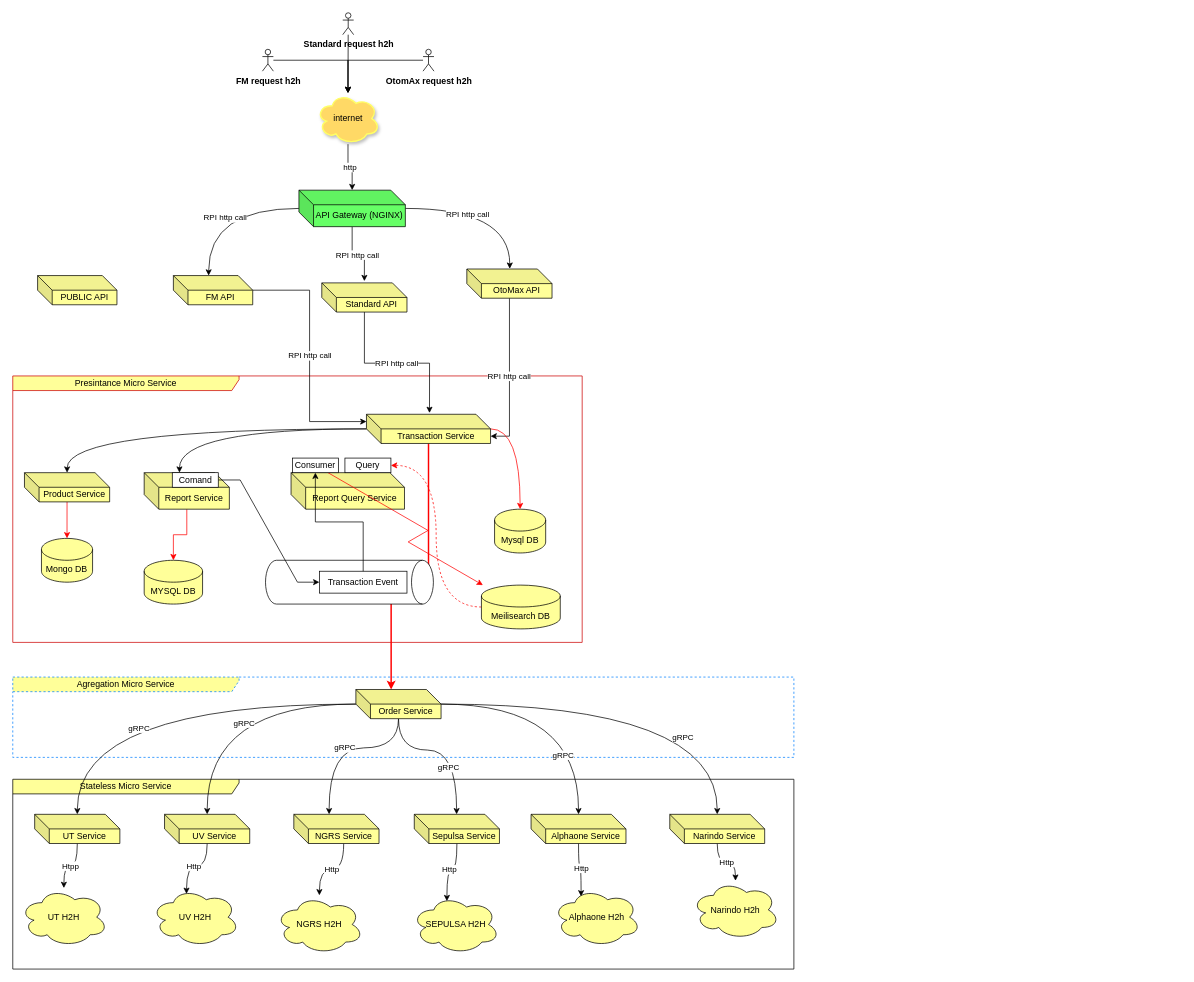
Before: page "architecture" (2 of 2) of Untitled Diagram.drawio in jrpikong/wordcalculator, a draw.io diagram. Source tidied: cells renumbered, new cells numbered last; positions are measured from the earlier drawing's top-left corner, leaving out a move shared by most shapes. Both pictures are drawn from the tidied source at 73%, with x=0, y=0 at pixel (12, 12).
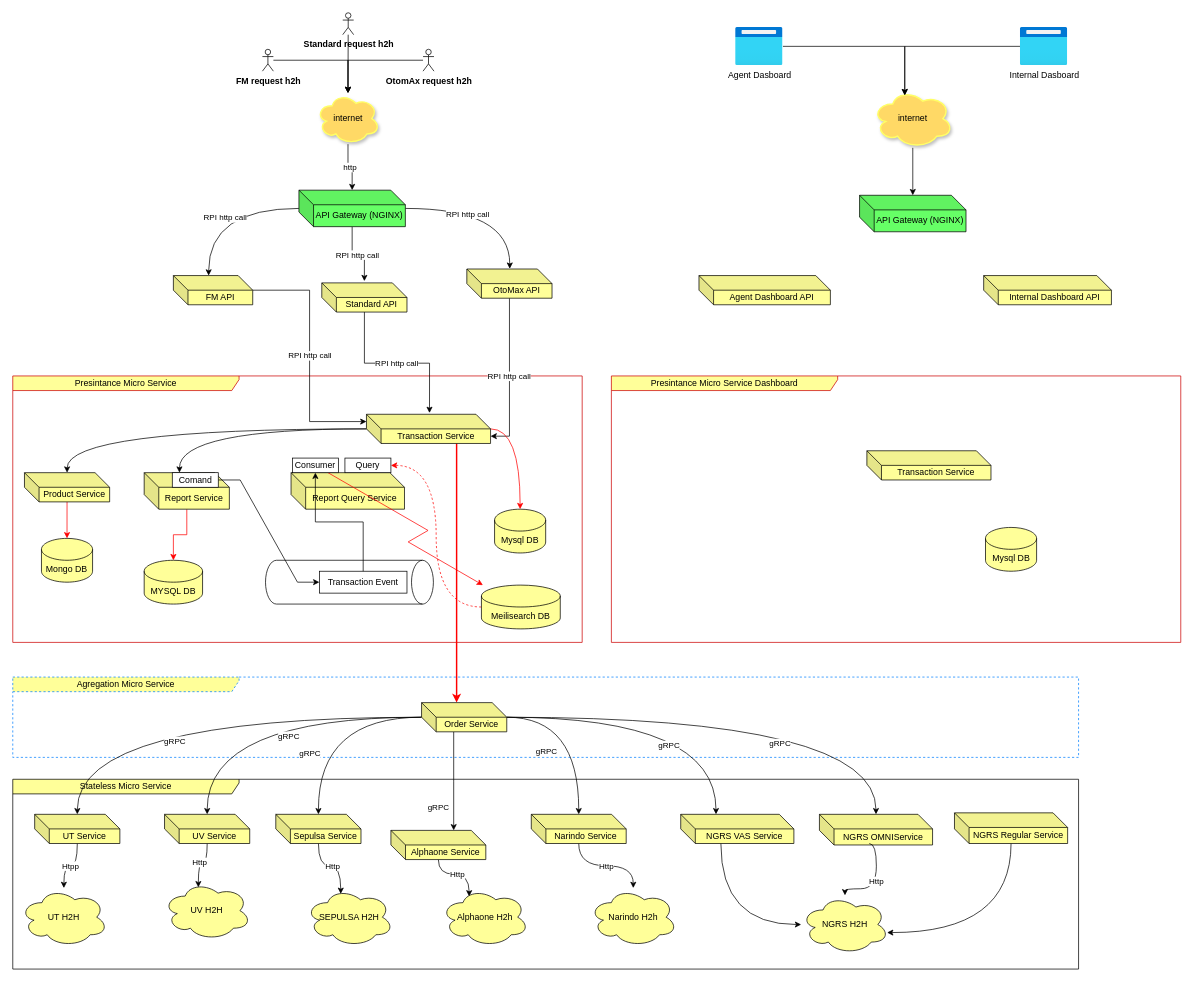
The same diagram, later.

The change refers to these unchanged cells:
```xml
<mxCell id="29" value="Transaction Service" style="shape=cube;whiteSpace=wrap;html=1;boundedLbl=1;backgroundOutline=1;darkOpacity=0.05;darkOpacity2=0.1;fillColor=#FFFF99;" parent="1" vertex="1">
  <mxGeometry x="484.5" y="550" width="170" height="40" as="geometry" />
</mxCell>
```

Change to the diagram source:
```diff
@@
     <mxCell id="3" value="Stateless Micro Service" style="shape=umlFrame;whiteSpace=wrap;html=1;fillColor=#FFFF99;width=310;height=20;" parent="1" vertex="1">
-      <mxGeometry y="1050" width="1070" height="260" as="geometry" />
+      <mxGeometry y="1050" width="1460" height="260" as="geometry" />
     </mxCell>
     <mxCell id="4" value="Agregation Micro Service" style="shape=umlFrame;whiteSpace=wrap;html=1;fillColor=#FFFF99;width=310;height=20;strokeColor=#007FFF;dashed=1;" parent="1" vertex="1">
-      <mxGeometry y="910" width="1070" height="110" as="geometry" />
+      <mxGeometry y="910" width="1460" height="110" as="geometry" />
     </mxCell>
@@
-    <mxCell id="28" style="edgeStyle=orthogonalEdgeStyle;rounded=0;jettySize=auto;html=1;entryX=0;entryY=0;entryDx=48.33;entryDy=0;entryPerimeter=0;strokeColor=#FF0000;fillColor=#FF9999;strokeWidth=2;" parent="1" edge="1" source="29" target="43">
+    <mxCell id="28" style="rounded=0;jettySize=auto;html=1;entryX=0;entryY=0;entryDx=48.33;entryDy=0;entryPerimeter=0;strokeColor=#FF0000;fillColor=#FF9999;strokeWidth=2;edgeStyle=elbowEdgeStyle;" parent="1" edge="1" source="29" target="43">
       <mxGeometry relative="1" as="geometry" />
     </mxCell>
@@
-    <mxCell id="36" value="gRPC" style="edgeStyle=orthogonalEdgeStyle;curved=1;rounded=0;jettySize=auto;html=1;entryX=0;entryY=0;entryDx=48.33;entryDy=0;entryPerimeter=0;" parent="1" edge="1" source="43" target="45">
-      <mxGeometry relative="1" as="geometry">
-        <Array as="points">
-          <mxPoint x="528" y="1007" />
-          <mxPoint x="433" y="1007" />
-        </Array>
-      </mxGeometry>
+    <mxCell id="36" style="edgeStyle=orthogonalEdgeStyle;curved=1;rounded=0;jettySize=auto;html=1;entryX=0;entryY=0;entryDx=48.33;entryDy=0;entryPerimeter=0;" parent="1" edge="1" source="43" target="45">
+      <mxGeometry relative="1" as="geometry" />
     </mxCell>
+    <mxCell id="79" value="gRPC" style="edgeLabel;html=1;align=center;verticalAlign=middle;" parent="36" vertex="1">
+      <mxGeometry x="0.06" y="-38" relative="1" as="geometry" />
+    </mxCell>
     <mxCell id="37" style="edgeStyle=orthogonalEdgeStyle;curved=1;rounded=0;jettySize=auto;html=1;" parent="1" edge="1" source="43" target="47">
-      <mxGeometry relative="1" as="geometry">
-        <Array as="points">
-          <mxPoint x="528" y="1010" />
-          <mxPoint x="608" y="1010" />
-        </Array>
-      </mxGeometry>
+      <mxGeometry relative="1" as="geometry" />
     </mxCell>
@@
-    <mxCell id="39" style="edgeStyle=orthogonalEdgeStyle;curved=1;rounded=0;jettySize=auto;html=1;" parent="1" edge="1" source="43" target="53">
+    <mxCell id="39" style="edgeStyle=elbowEdgeStyle;rounded=0;jettySize=auto;html=1;" parent="1" edge="1" source="43" target="53">
       <mxGeometry relative="1" as="geometry" />
     </mxCell>
@@
+    <mxCell id="80" style="edgeStyle=orthogonalEdgeStyle;curved=1;rounded=0;jettySize=auto;html=1;" parent="1" edge="1" source="43" target="83">
+      <mxGeometry relative="1" as="geometry" />
+    </mxCell>
+    <mxCell id="81" value="gRPC" style="edgeLabel;html=1;align=center;verticalAlign=middle;" parent="80" vertex="1">
+      <mxGeometry x="0.17" y="-35" relative="1" as="geometry" />
+    </mxCell>
     <mxCell id="43" value="&lt;div&gt;Order Service&lt;/div&gt;" style="shape=cube;whiteSpace=wrap;html=1;boundedLbl=1;backgroundOutline=1;darkOpacity=0.05;darkOpacity2=0.1;fillColor=#FFFF99;" parent="1" vertex="1">
-      <mxGeometry x="470" y="927" width="116.7" height="40" as="geometry" />
+      <mxGeometry x="560" y="945" width="116.7" height="40" as="geometry" />
     </mxCell>
-    <mxCell id="44" value="Http" style="edgeStyle=orthogonalEdgeStyle;curved=1;rounded=0;jettySize=auto;html=1;exitX=0;exitY=0;exitDx=68.33;exitDy=40;exitPerimeter=0;" parent="1" edge="1" source="45" target="57">
-      <mxGeometry relative="1" as="geometry" />
-    </mxCell>
+    <mxCell id="82" style="edgeStyle=orthogonalEdgeStyle;curved=1;rounded=0;jettySize=auto;html=1;" parent="1" edge="1" source="45" target="57">
+      <mxGeometry relative="1" as="geometry">
+        <Array as="points">
+          <mxPoint x="970" y="1249" />
+        </Array>
+      </mxGeometry>
+    </mxCell>
-    <mxCell id="45" value="&lt;div&gt;NGRS Service&lt;/div&gt;" style="shape=cube;whiteSpace=wrap;html=1;boundedLbl=1;backgroundOutline=1;darkOpacity=0.05;darkOpacity2=0.1;fillColor=#FFFF99;" parent="1" vertex="1">
-      <mxGeometry x="385" y="1098" width="116.7" height="40" as="geometry" />
+    <mxCell id="45" value="&lt;div&gt;NGRS VAS Service&lt;/div&gt;" style="shape=cube;whiteSpace=wrap;html=1;boundedLbl=1;backgroundOutline=1;darkOpacity=0.05;darkOpacity2=0.1;fillColor=#FFFF99;" parent="1" vertex="1">
+      <mxGeometry x="915" y="1098" width="155" height="40" as="geometry" />
     </mxCell>
@@
     <mxCell id="47" value="&lt;div&gt;Sepulsa Service&lt;/div&gt;" style="shape=cube;whiteSpace=wrap;html=1;boundedLbl=1;backgroundOutline=1;darkOpacity=0.05;darkOpacity2=0.1;fillColor=#FFFF99;" parent="1" vertex="1">
-      <mxGeometry x="550" y="1098" width="116.7" height="40" as="geometry" />
+      <mxGeometry x="360.3" y="1098" width="116.7" height="40" as="geometry" />
     </mxCell>
@@
     <mxCell id="53" value="&lt;div&gt;Alphaone Service&lt;/div&gt;" style="shape=cube;whiteSpace=wrap;html=1;boundedLbl=1;backgroundOutline=1;darkOpacity=0.05;darkOpacity2=0.1;fillColor=#FFFF99;" parent="1" vertex="1">
-      <mxGeometry x="710" y="1098" width="130" height="40" as="geometry" />
+      <mxGeometry x="518" y="1120" width="130" height="40" as="geometry" />
     </mxCell>
@@
     <mxCell id="55" value="Alphaone H2h" style="ellipse;shape=cloud;whiteSpace=wrap;html=1;fillColor=#FFFF99;" parent="1" vertex="1">
-      <mxGeometry x="740" y="1199" width="120" height="80" as="geometry" />
+      <mxGeometry x="586.7" y="1199" width="120" height="80" as="geometry" />
     </mxCell>
     <mxCell id="56" value="SEPULSA H2H" style="ellipse;shape=cloud;whiteSpace=wrap;html=1;fillColor=#FFFF99;" parent="1" vertex="1">
-      <mxGeometry x="546.7" y="1209" width="120" height="80" as="geometry" />
+      <mxGeometry x="401.3" y="1199" width="120" height="80" as="geometry" />
     </mxCell>
-    <mxCell id="57" value="NGRS H2H" style="ellipse;shape=cloud;whiteSpace=wrap;html=1;fillColor=#FFFF99;" parent="1" vertex="1">
-      <mxGeometry x="360" y="1209" width="120" height="80" as="geometry" />
-    </mxCell>
     <mxCell id="58" value="UV H2H" style="ellipse;shape=cloud;whiteSpace=wrap;html=1;fillColor=#FFFF99;" parent="1" vertex="1">
-      <mxGeometry x="190" y="1199" width="120" height="80" as="geometry" />
+      <mxGeometry x="206.2" y="1190" width="120" height="80" as="geometry" />
     </mxCell>
@@
     <mxCell id="60" value="&lt;div&gt;Narindo Service&lt;/div&gt;" style="shape=cube;whiteSpace=wrap;html=1;boundedLbl=1;backgroundOutline=1;darkOpacity=0.05;darkOpacity2=0.1;fillColor=#FFFF99;" parent="1" vertex="1">
-      <mxGeometry x="900" y="1098" width="130" height="40" as="geometry" />
+      <mxGeometry x="710.3" y="1098" width="130" height="40" as="geometry" />
     </mxCell>
     <mxCell id="61" value="Narindo H2h" style="ellipse;shape=cloud;whiteSpace=wrap;html=1;fillColor=#FFFF99;" parent="1" vertex="1">
-      <mxGeometry x="930" y="1189" width="120" height="80" as="geometry" />
+      <mxGeometry x="790" y="1199" width="120" height="80" as="geometry" />
     </mxCell>
@@
-    <mxCell id="78" value="PUBLIC API" style="shape=cube;whiteSpace=wrap;html=1;boundedLbl=1;backgroundOutline=1;darkOpacity=0.05;darkOpacity2=0.1;fillColor=#FFFF99;" parent="1" vertex="1">
-      <mxGeometry x="34" y="360" width="108.7" height="40" as="geometry" />
-    </mxCell>
+    <mxCell id="83" value="&lt;div&gt;NGRS OMNIService&lt;/div&gt;" style="shape=cube;whiteSpace=wrap;html=1;boundedLbl=1;backgroundOutline=1;darkOpacity=0.05;darkOpacity2=0.1;fillColor=#FFFF99;" parent="1" vertex="1">
+      <mxGeometry x="1105" y="1098" width="155" height="42" as="geometry" />
+    </mxCell>
+    <mxCell id="44" value="Http" style="edgeStyle=orthogonalEdgeStyle;curved=1;rounded=0;jettySize=auto;html=1;exitX=0;exitY=0;exitDx=68.33;exitDy=40;exitPerimeter=0;" parent="1" edge="1" source="83" target="57">
+      <mxGeometry relative="1" as="geometry">
+        <Array as="points">
+          <mxPoint x="1183" y="1138" />
+          <mxPoint x="1183" y="1200" />
+          <mxPoint x="1140" y="1200" />
+        </Array>
+      </mxGeometry>
+    </mxCell>
+    <mxCell id="57" value="NGRS H2H" style="ellipse;shape=cloud;whiteSpace=wrap;html=1;fillColor=#FFFF99;" parent="1" vertex="1">
+      <mxGeometry x="1080" y="1209" width="120" height="80" as="geometry" />
+    </mxCell>
+    <mxCell id="84" style="edgeStyle=orthogonalEdgeStyle;curved=1;rounded=0;jettySize=auto;html=1;" parent="1" edge="1" source="85" target="57">
+      <mxGeometry relative="1" as="geometry">
+        <Array as="points">
+          <mxPoint x="1368" y="1260" />
+        </Array>
+      </mxGeometry>
+    </mxCell>
+    <mxCell id="85" value="&lt;div&gt;NGRS Regular Service&lt;/div&gt;" style="shape=cube;whiteSpace=wrap;html=1;boundedLbl=1;backgroundOutline=1;darkOpacity=0.05;darkOpacity2=0.1;fillColor=#FFFF99;" parent="1" vertex="1">
+      <mxGeometry x="1290" y="1096" width="155" height="42" as="geometry" />
+    </mxCell>
+    <mxCell id="86" value="Presintance Micro Service Dashboard" style="shape=umlFrame;whiteSpace=wrap;html=1;fillColor=#FFFF99;width=310;height=20;strokeColor=#CC0000;" parent="1" vertex="1">
+      <mxGeometry x="820" y="497.5" width="780" height="365" as="geometry" />
+    </mxCell>
+    <mxCell id="87" value="Transaction Service" style="shape=cube;whiteSpace=wrap;html=1;boundedLbl=1;backgroundOutline=1;darkOpacity=0.05;darkOpacity2=0.1;fillColor=#FFFF99;" parent="1" vertex="1">
+      <mxGeometry x="1170" y="600" width="170" height="40" as="geometry" />
+    </mxCell>
+    <mxCell id="88" value="Mysql DB" style="shape=cylinder3;whiteSpace=wrap;html=1;boundedLbl=1;backgroundOutline=1;size=15;fillColor=#FFFF99;" parent="1" vertex="1">
+      <mxGeometry x="1332.5" y="705" width="70" height="60" as="geometry" />
+    </mxCell>
+    <mxCell id="89" style="edgeStyle=orthogonalEdgeStyle;rounded=0;jettySize=auto;html=1;elbow=vertical;" parent="1" edge="1" source="90" target="95">
+      <mxGeometry relative="1" as="geometry" />
+    </mxCell>
+    <mxCell id="90" value="internet" style="ellipse;shape=cloud;whiteSpace=wrap;html=1;fillColor=#FFD966;strokeColor=#FFFF66;strokeWidth=2;shadow=1;sketch=0;" parent="1" vertex="1">
+      <mxGeometry x="1177.9" y="105" width="110" height="80" as="geometry" />
+    </mxCell>
+    <mxCell id="91" style="edgeStyle=orthogonalEdgeStyle;rounded=0;jettySize=auto;html=1;entryX=0.4;entryY=0.1;entryDx=0;entryDy=0;entryPerimeter=0;elbow=vertical;" parent="1" edge="1" source="92" target="90">
+      <mxGeometry relative="1" as="geometry" />
+    </mxCell>
+    <mxCell id="92" value="Agent Dasboard" style="html=1;points=[];align=center;image;fontSize=12;image=img/lib/azure2/general/Browser.svg;" parent="1" vertex="1">
+      <mxGeometry x="990" y="20" width="65" height="52" as="geometry" />
+    </mxCell>
+    <mxCell id="93" style="edgeStyle=orthogonalEdgeStyle;rounded=0;jettySize=auto;html=1;entryX=0.4;entryY=0.1;entryDx=0;entryDy=0;entryPerimeter=0;elbow=vertical;" parent="1" edge="1" source="94" target="90">
+      <mxGeometry relative="1" as="geometry" />
+    </mxCell>
+    <mxCell id="94" value="Internal Dasboard" style="html=1;points=[];align=center;image;fontSize=12;image=img/lib/azure2/general/Browser.svg;" parent="1" vertex="1">
+      <mxGeometry x="1380" y="20" width="65" height="52" as="geometry" />
+    </mxCell>
+    <mxCell id="95" value="API Gateway (NGINX)" style="shape=cube;whiteSpace=wrap;html=1;boundedLbl=1;backgroundOutline=1;darkOpacity=0.05;darkOpacity2=0.1;fillColor=#66FF66;" parent="1" vertex="1">
+      <mxGeometry x="1160" y="250" width="145.8" height="50" as="geometry" />
+    </mxCell>
+    <mxCell id="96" value="Agent Dashboard API" style="shape=cube;whiteSpace=wrap;html=1;boundedLbl=1;backgroundOutline=1;darkOpacity=0.05;darkOpacity2=0.1;fillColor=#FFFF99;" parent="1" vertex="1">
+      <mxGeometry x="940" y="360" width="180" height="40" as="geometry" />
+    </mxCell>
+    <mxCell id="97" value="Internal Dashboard API" style="shape=cube;whiteSpace=wrap;html=1;boundedLbl=1;backgroundOutline=1;darkOpacity=0.05;darkOpacity2=0.1;fillColor=#FFFF99;" parent="1" vertex="1">
+      <mxGeometry x="1330" y="360" width="175" height="40" as="geometry" />
+    </mxCell>
```
